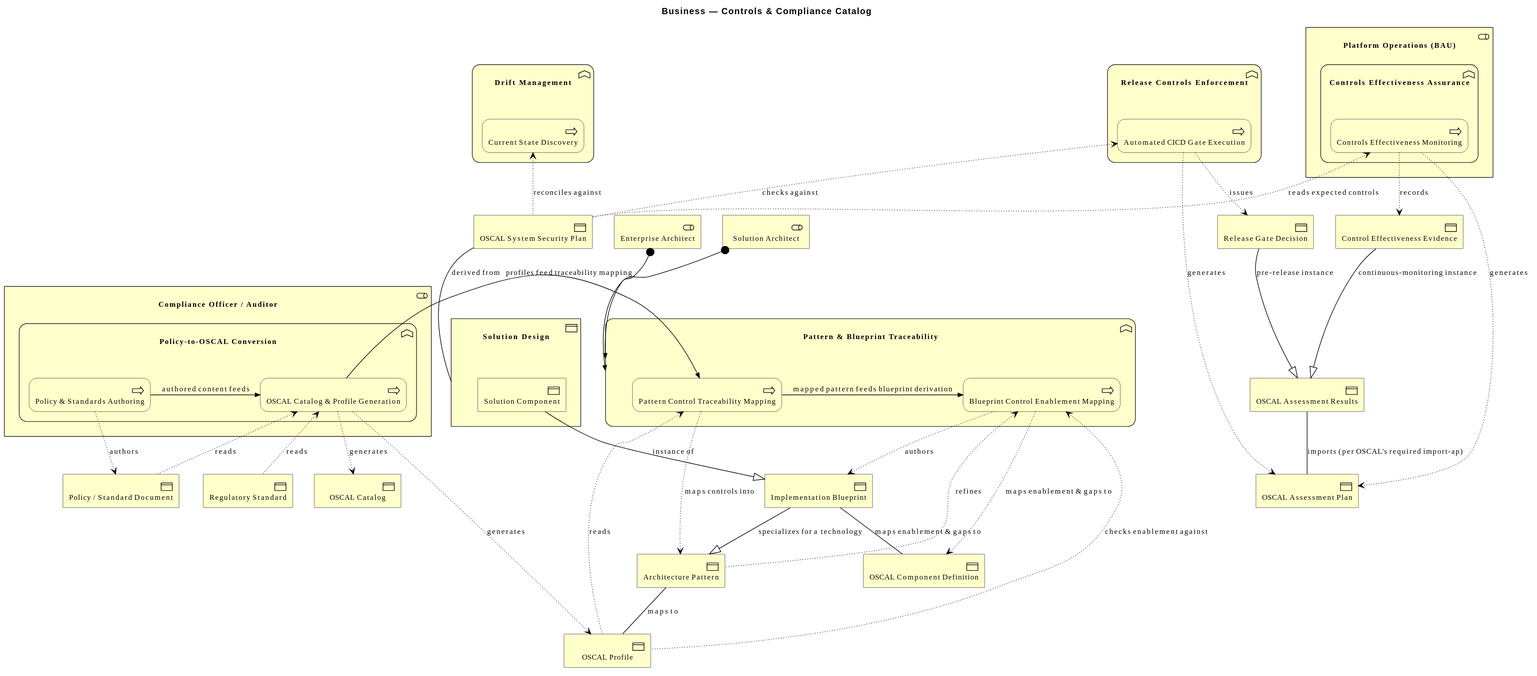
Before: architecture/model/diagrams/business/controls-catalog.svg, a diagram exported from PlantUML (wolffy-au/frictionless-architect).
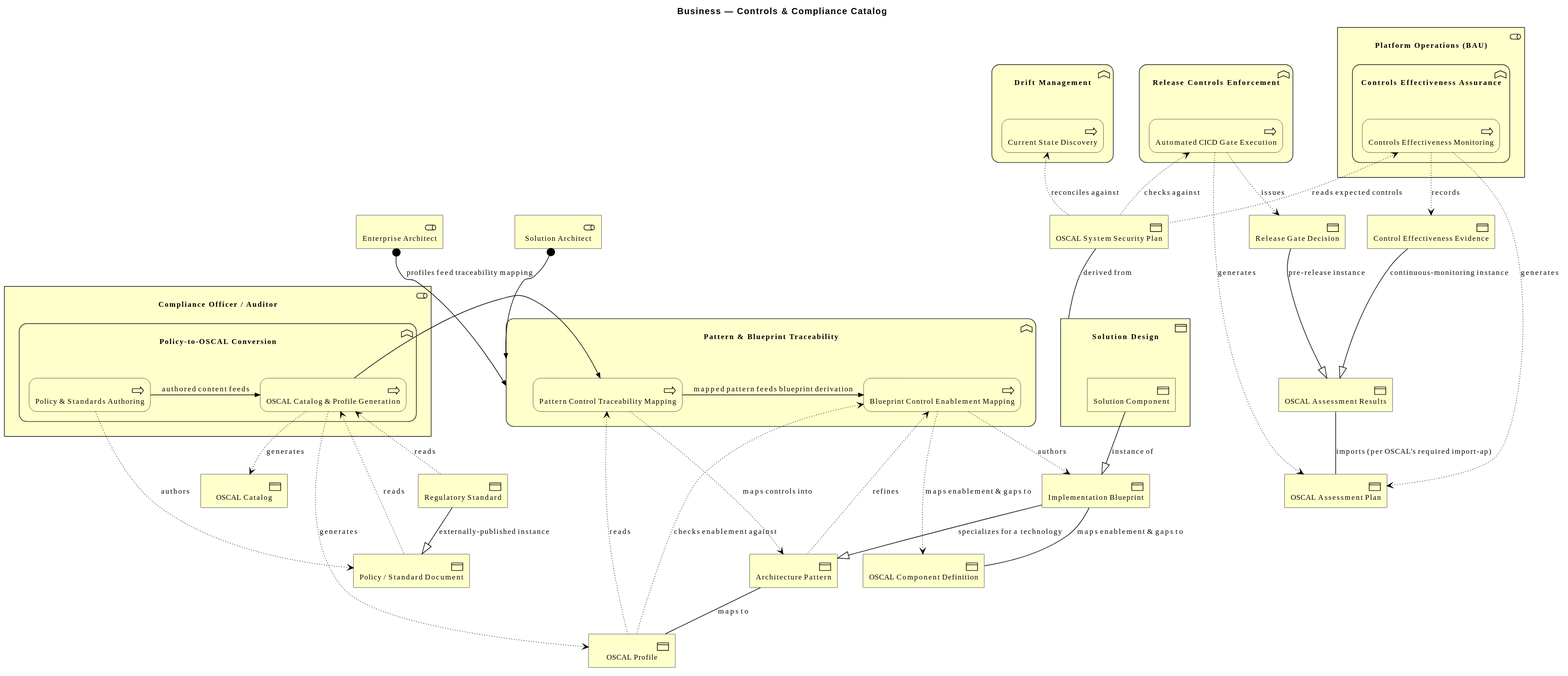
After the change.

The edit, as a diff of the source:
```diff
@@ -43,6 +43,7 @@
 }
 
 Rel_Access_w(e_id14fa9f783d5350, e_ide330e703d24759, "authors")
+Rel_Specialization(e_idd915b3e838bf5b, e_ide330e703d24759, "externally-published instance")
 Rel_Access_r(e_idfeca8b2013795e, e_idd915b3e838bf5b, "reads")
 Rel_Access_r(e_idfeca8b2013795e, e_ide330e703d24759, "reads")
 Rel_Access_w(e_idfeca8b2013795e, e_id1d03973d3f5b52, "generates")
```
